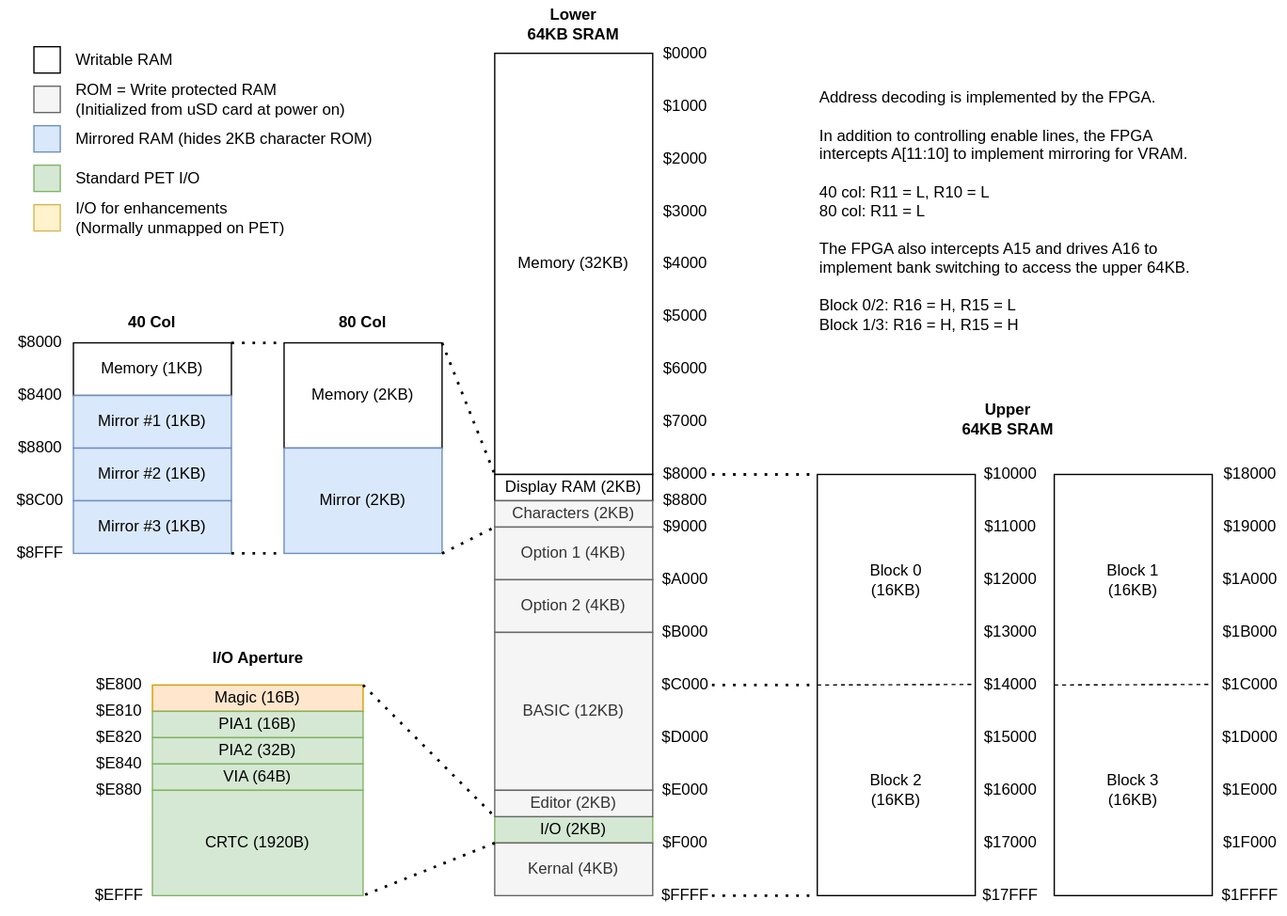
The draw.io diagram docs/img/memory-map.drawio.svg in DLehenbauer/commodore-pet-clone, before a commit. Source tidied: cells renumbered, new cells last; positions are measured from the earlier drawing's top-left corner, leaving out a move shared by most shapes.
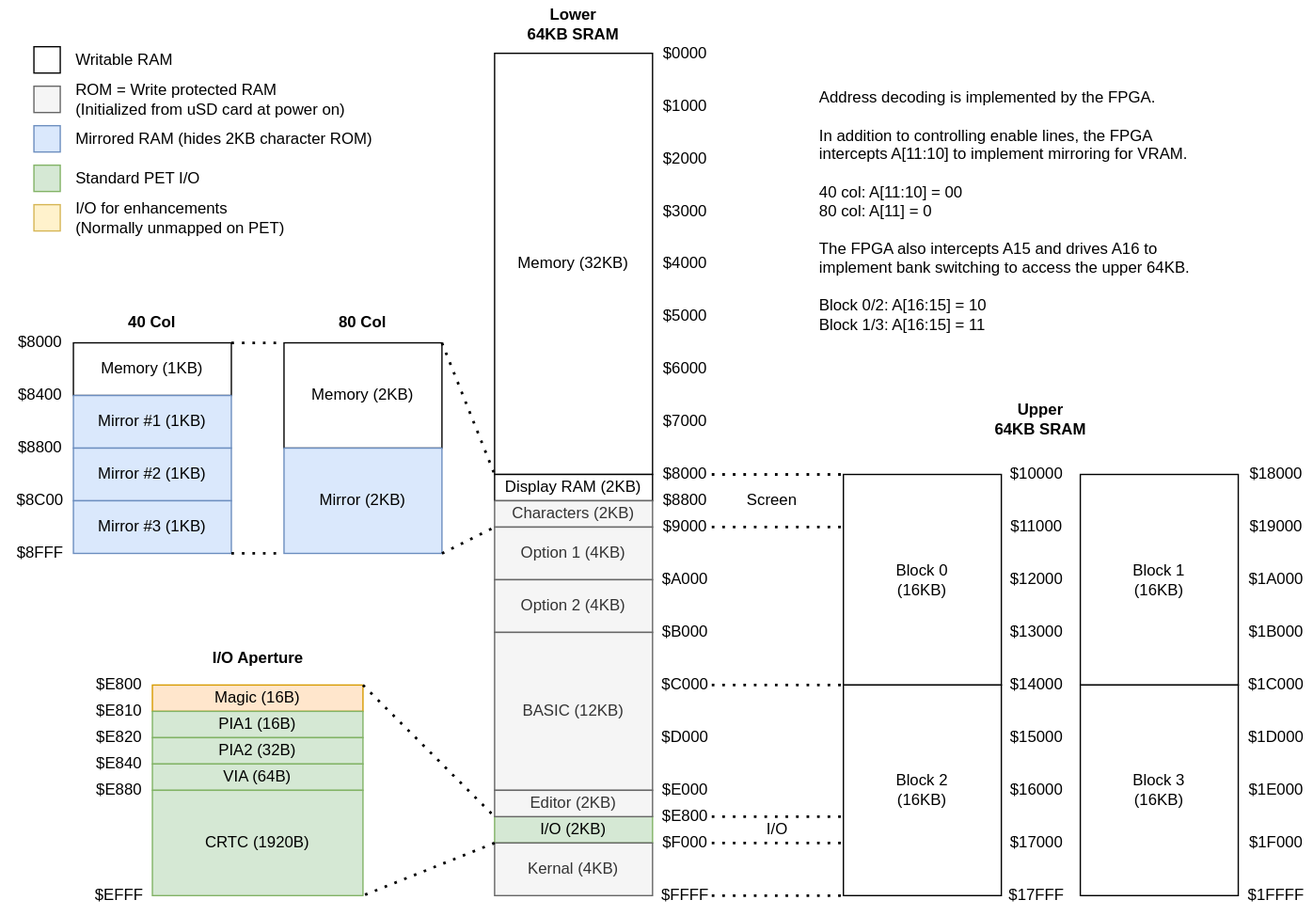
After the change.

Diff of the diagram source:
```diff
@@ -213,112 +213,122 @@
     <mxCell id="70" value="I/O Aperture" style="text;html=1;strokeColor=none;fillColor=none;align=center;verticalAlign=middle;whiteSpace=wrap;rounded=0;fontStyle=1;" parent="1" vertex="1">
       <mxGeometry x="142.5" y="485" width="105" height="30" as="geometry" />
     </mxCell>
-    <mxCell id="71" style="rounded=0;whiteSpace=wrap;html=1;" parent="1" vertex="1">
-      <mxGeometry x="620" y="360" width="120" height="320" as="geometry" />
-    </mxCell>
-    <mxCell id="72" style="rounded=0;whiteSpace=wrap;html=1;" parent="1" vertex="1">
-      <mxGeometry x="800" y="360" width="120" height="320" as="geometry" />
-    </mxCell>
     <mxCell id="73" value="$17FFF" style="text;html=1;strokeColor=none;fillColor=none;align=center;verticalAlign=middle;whiteSpace=wrap;rounded=0;" parent="1" vertex="1">
-      <mxGeometry x="740" y="665" width="54" height="30" as="geometry" />
+      <mxGeometry x="760" y="665" width="54" height="30" as="geometry" />
     </mxCell>
     <mxCell id="74" value="$10000" style="text;html=1;strokeColor=none;fillColor=none;align=center;verticalAlign=middle;whiteSpace=wrap;rounded=0;" parent="1" vertex="1">
-      <mxGeometry x="740" y="345" width="54" height="30" as="geometry" />
+      <mxGeometry x="760" y="345" width="54" height="30" as="geometry" />
     </mxCell>
     <mxCell id="75" value="$11000" style="text;html=1;strokeColor=none;fillColor=none;align=center;verticalAlign=middle;whiteSpace=wrap;rounded=0;" parent="1" vertex="1">
-      <mxGeometry x="740" y="385" width="54" height="30" as="geometry" />
+      <mxGeometry x="760" y="385" width="54" height="30" as="geometry" />
     </mxCell>
     <mxCell id="76" value="$12000" style="text;html=1;strokeColor=none;fillColor=none;align=center;verticalAlign=middle;whiteSpace=wrap;rounded=0;" parent="1" vertex="1">
-      <mxGeometry x="740" y="425" width="54" height="30" as="geometry" />
+      <mxGeometry x="760" y="425" width="54" height="30" as="geometry" />
     </mxCell>
     <mxCell id="77" value="$13000" style="text;html=1;strokeColor=none;fillColor=none;align=center;verticalAlign=middle;whiteSpace=wrap;rounded=0;" parent="1" vertex="1">
-      <mxGeometry x="740" y="465" width="54" height="30" as="geometry" />
+      <mxGeometry x="760" y="465" width="54" height="30" as="geometry" />
     </mxCell>
     <mxCell id="78" value="$14000" style="text;html=1;strokeColor=none;fillColor=none;align=center;verticalAlign=middle;whiteSpace=wrap;rounded=0;" parent="1" vertex="1">
-      <mxGeometry x="740" y="505" width="54" height="30" as="geometry" />
+      <mxGeometry x="760" y="505" width="54" height="30" as="geometry" />
     </mxCell>
     <mxCell id="79" value="$15000" style="text;html=1;strokeColor=none;fillColor=none;align=center;verticalAlign=middle;whiteSpace=wrap;rounded=0;" parent="1" vertex="1">
-      <mxGeometry x="740" y="545" width="54" height="30" as="geometry" />
+      <mxGeometry x="760" y="545" width="54" height="30" as="geometry" />
     </mxCell>
     <mxCell id="80" value="$16000" style="text;html=1;strokeColor=none;fillColor=none;align=center;verticalAlign=middle;whiteSpace=wrap;rounded=0;" parent="1" vertex="1">
-      <mxGeometry x="740" y="585" width="54" height="30" as="geometry" />
+      <mxGeometry x="760" y="585" width="54" height="30" as="geometry" />
     </mxCell>
     <mxCell id="81" value="$17000" style="text;html=1;strokeColor=none;fillColor=none;align=center;verticalAlign=middle;whiteSpace=wrap;rounded=0;" parent="1" vertex="1">
-      <mxGeometry x="740" y="625" width="54" height="30" as="geometry" />
+      <mxGeometry x="760" y="625" width="54" height="30" as="geometry" />
     </mxCell>
     <mxCell id="82" value="$18000" style="text;html=1;strokeColor=none;fillColor=none;align=center;verticalAlign=middle;whiteSpace=wrap;rounded=0;" parent="1" vertex="1">
-      <mxGeometry x="922" y="345" width="54" height="30" as="geometry" />
+      <mxGeometry x="942" y="345" width="54" height="30" as="geometry" />
     </mxCell>
     <mxCell id="83" value="$19000" style="text;html=1;strokeColor=none;fillColor=none;align=center;verticalAlign=middle;whiteSpace=wrap;rounded=0;" parent="1" vertex="1">
-      <mxGeometry x="922" y="385" width="54" height="30" as="geometry" />
+      <mxGeometry x="942" y="385" width="54" height="30" as="geometry" />
     </mxCell>
     <mxCell id="84" value="$1A000" style="text;html=1;strokeColor=none;fillColor=none;align=center;verticalAlign=middle;whiteSpace=wrap;rounded=0;" parent="1" vertex="1">
-      <mxGeometry x="922" y="425" width="54" height="30" as="geometry" />
+      <mxGeometry x="942" y="425" width="54" height="30" as="geometry" />
     </mxCell>
     <mxCell id="85" value="$1B000" style="text;html=1;strokeColor=none;fillColor=none;align=center;verticalAlign=middle;whiteSpace=wrap;rounded=0;" parent="1" vertex="1">
-      <mxGeometry x="922" y="465" width="54" height="30" as="geometry" />
+      <mxGeometry x="942" y="465" width="54" height="30" as="geometry" />
     </mxCell>
     <mxCell id="86" value="$1C000" style="text;html=1;strokeColor=none;fillColor=none;align=center;verticalAlign=middle;whiteSpace=wrap;rounded=0;" parent="1" vertex="1">
-      <mxGeometry x="922" y="505" width="54" height="30" as="geometry" />
+      <mxGeometry x="942" y="505" width="54" height="30" as="geometry" />
     </mxCell>
     <mxCell id="87" value="$1D000" style="text;html=1;strokeColor=none;fillColor=none;align=center;verticalAlign=middle;whiteSpace=wrap;rounded=0;" parent="1" vertex="1">
-      <mxGeometry x="922" y="545" width="54" height="30" as="geometry" />
+      <mxGeometry x="942" y="545" width="54" height="30" as="geometry" />
     </mxCell>
     <mxCell id="88" value="$1E000" style="text;html=1;strokeColor=none;fillColor=none;align=center;verticalAlign=middle;whiteSpace=wrap;rounded=0;" parent="1" vertex="1">
-      <mxGeometry x="922" y="585" width="54" height="30" as="geometry" />
+      <mxGeometry x="942" y="585" width="54" height="30" as="geometry" />
     </mxCell>
     <mxCell id="89" value="$1F000" style="text;html=1;strokeColor=none;fillColor=none;align=center;verticalAlign=middle;whiteSpace=wrap;rounded=0;" parent="1" vertex="1">
-      <mxGeometry x="922" y="625" width="54" height="30" as="geometry" />
+      <mxGeometry x="942" y="625" width="54" height="30" as="geometry" />
     </mxCell>
     <mxCell id="90" value="$1FFFF" style="text;html=1;strokeColor=none;fillColor=none;align=center;verticalAlign=middle;whiteSpace=wrap;rounded=0;" parent="1" vertex="1">
-      <mxGeometry x="922" y="665" width="54" height="30" as="geometry" />
+      <mxGeometry x="942" y="665" width="54" height="30" as="geometry" />
     </mxCell>
-    <mxCell id="91" style="endArrow=none;dashed=1;html=1;entryX=-0.077;entryY=-0.181;entryDx=0;entryDy=0;entryPerimeter=0;" parent="1" edge="1">
-      <mxGeometry relative="1" as="geometry">
-        <mxPoint x="620" y="520" as="sourcePoint" />
-        <mxPoint x="737.8" y="519.6" as="targetPoint" />
-      </mxGeometry>
-    </mxCell>
-    <mxCell id="92" style="endArrow=none;dashed=1;html=1;entryX=-0.077;entryY=-0.181;entryDx=0;entryDy=0;entryPerimeter=0;" parent="1" edge="1">
-      <mxGeometry relative="1" as="geometry">
-        <mxPoint x="800" y="520" as="sourcePoint" />
-        <mxPoint x="917.8" y="519.6" as="targetPoint" />
-      </mxGeometry>
-    </mxCell>
+    <mxCell id="99" value="Address decoding is implemented by the FPGA.&lt;br&gt;&lt;br&gt;In addition to controlling enable lines, the FPGA intercepts A[11:10] to implement mirroring for VRAM.&lt;br&gt;&lt;br&gt;40 col: A[11:10] = 00&lt;br&gt;80 col: A[11] = 0&lt;br&gt;&lt;br&gt;The FPGA also intercepts A15 and drives A16 to implement bank switching to access the upper 64KB.&lt;br&gt;&lt;br&gt;Block 0/2: A[16:15] = 10&lt;br&gt;Block 1/3: A[16:15] = 11" style="text;html=1;strokeColor=none;fillColor=none;align=left;verticalAlign=middle;whiteSpace=wrap;rounded=0;" parent="1" vertex="1">
+      <mxGeometry x="620" y="57.5" width="300" height="205" as="geometry" />
+    </mxCell>
+    <mxCell id="101" value="Upper&lt;br&gt;64KB SRAM" style="text;html=1;strokeColor=none;fillColor=none;align=center;verticalAlign=middle;whiteSpace=wrap;rounded=0;fontStyle=1;" parent="1" vertex="1">
+      <mxGeometry x="730" y="300" width="120" height="35" as="geometry" />
+    </mxCell>
+    <mxCell id="102" value="$E800" style="text;html=1;strokeColor=none;fillColor=none;align=center;verticalAlign=middle;whiteSpace=wrap;rounded=0;" parent="1" vertex="1">
+      <mxGeometry x="490" y="605" width="60" height="30" as="geometry" />
+    </mxCell>
-    <mxCell id="93" value="Block 0&lt;br&gt;(16KB)" style="text;html=1;strokeColor=none;fillColor=none;align=center;verticalAlign=middle;whiteSpace=wrap;rounded=0;" parent="1" vertex="1">
-      <mxGeometry x="650" y="425" width="60" height="30" as="geometry" />
+    <mxCell id="93" value="Block 0&lt;br&gt;(16KB)" style="rounded=0;whiteSpace=wrap;html=1;" parent="1" vertex="1">
+      <mxGeometry x="640" y="360" width="120" height="160" as="geometry" />
     </mxCell>
+    <mxCell id="95" value="Block 2&lt;br&gt;(16KB)" style="rounded=0;whiteSpace=wrap;html=1;" parent="1" vertex="1">
+      <mxGeometry x="640" y="520" width="120" height="160" as="geometry" />
+    </mxCell>
-    <mxCell id="94" value="Block 1&lt;br&gt;(16KB)" style="text;html=1;strokeColor=none;fillColor=none;align=center;verticalAlign=middle;whiteSpace=wrap;rounded=0;" parent="1" vertex="1">
-      <mxGeometry x="830" y="425" width="60" height="30" as="geometry" />
+    <mxCell id="94" value="Block 1&lt;br&gt;(16KB)" style="rounded=0;whiteSpace=wrap;html=1;" parent="1" vertex="1">
+      <mxGeometry x="820" y="360" width="120" height="160" as="geometry" />
     </mxCell>
-    <mxCell id="95" value="Block 2&lt;br&gt;(16KB)" style="text;html=1;strokeColor=none;fillColor=none;align=center;verticalAlign=middle;whiteSpace=wrap;rounded=0;" parent="1" vertex="1">
-      <mxGeometry x="650" y="585" width="60" height="30" as="geometry" />
-    </mxCell>
-    <mxCell id="96" value="Block 3&lt;br&gt;(16KB)" style="text;html=1;strokeColor=none;fillColor=none;align=center;verticalAlign=middle;whiteSpace=wrap;rounded=0;" parent="1" vertex="1">
-      <mxGeometry x="830" y="585" width="60" height="30" as="geometry" />
+    <mxCell id="96" value="Block 3&lt;br&gt;(16KB)" style="rounded=0;whiteSpace=wrap;html=1;" parent="1" vertex="1">
+      <mxGeometry x="820" y="520" width="120" height="160" as="geometry" />
     </mxCell>
-    <mxCell id="97" style="endArrow=none;dashed=1;html=1;dashPattern=1 3;strokeWidth=2;entryX=0;entryY=0;entryDx=0;entryDy=0;" parent="1" edge="1" target="71">
-      <mxGeometry relative="1" as="geometry">
-        <mxPoint x="540" y="360" as="sourcePoint" />
-      </mxGeometry>
-    </mxCell>
-    <mxCell id="98" style="endArrow=none;dashed=1;html=1;dashPattern=1 3;strokeWidth=2;entryX=0;entryY=0;entryDx=0;entryDy=0;" parent="1" edge="1">
-      <mxGeometry relative="1" as="geometry">
-        <mxPoint x="540" y="680" as="sourcePoint" />
-        <mxPoint x="620" y="680" as="targetPoint" />
-      </mxGeometry>
-    </mxCell>
-    <mxCell id="99" value="Address decoding is implemented by the FPGA.&lt;br&gt;&lt;br&gt;In addition to controlling enable lines, the FPGA intercepts A[11:10] to implement mirroring for VRAM.&lt;br&gt;&lt;br&gt;40 col: R11 = L, R10 = L&lt;br&gt;80 col: R11 = L&lt;br&gt;&lt;br&gt;The FPGA also intercepts A15 and drives A16 to implement bank switching to access the upper 64KB.&lt;br&gt;&lt;br&gt;Block 0/2: R16 = H, R15 = L&lt;br&gt;Block 1/3: R16 = H, R15 = H" style="text;html=1;strokeColor=none;fillColor=none;align=left;verticalAlign=middle;whiteSpace=wrap;rounded=0;" parent="1" vertex="1">
-      <mxGeometry x="620" y="57.5" width="300" height="205" as="geometry" />
-    </mxCell>
-    <mxCell id="100" style="endArrow=none;dashed=1;html=1;dashPattern=1 3;strokeWidth=2;entryX=0;entryY=0;entryDx=0;entryDy=0;" parent="1" edge="1">
-      <mxGeometry relative="1" as="geometry">
-        <mxPoint x="540" y="520" as="sourcePoint" />
-        <mxPoint x="620" y="520" as="targetPoint" />
-      </mxGeometry>
-    </mxCell>
-    <mxCell id="101" value="Upper&lt;br&gt;64KB SRAM" style="text;html=1;strokeColor=none;fillColor=none;align=center;verticalAlign=middle;whiteSpace=wrap;rounded=0;fontStyle=1;" parent="1" vertex="1">
-      <mxGeometry x="705" y="300" width="120" height="35" as="geometry" />
-    </mxCell>
+    <mxCell id="103" value="Screen" style="text;html=1;strokeColor=none;fillColor=none;align=center;verticalAlign=middle;whiteSpace=wrap;rounded=0;" parent="1" vertex="1">
+      <mxGeometry x="546" y="365" width="80" height="30" as="geometry" />
+    </mxCell>
+    <mxCell id="104" style="endArrow=none;dashed=1;html=1;dashPattern=1 3;strokeWidth=2;" parent="1" edge="1">
+      <mxGeometry relative="1" as="geometry">
+        <mxPoint x="540" y="680" as="sourcePoint" />
+        <mxPoint x="640" y="680" as="targetPoint" />
+      </mxGeometry>
+    </mxCell>
+    <mxCell id="105" style="endArrow=none;dashed=1;html=1;dashPattern=1 3;strokeWidth=2;" parent="1" edge="1">
+      <mxGeometry relative="1" as="geometry">
+        <mxPoint x="540" y="520" as="sourcePoint" />
+        <mxPoint x="640" y="520" as="targetPoint" />
+      </mxGeometry>
+    </mxCell>
+    <mxCell id="106" style="endArrow=none;dashed=1;html=1;dashPattern=1 3;strokeWidth=2;" parent="1" edge="1">
+      <mxGeometry relative="1" as="geometry">
+        <mxPoint x="540" y="620" as="sourcePoint" />
+        <mxPoint x="640" y="620" as="targetPoint" />
+      </mxGeometry>
+    </mxCell>
+    <mxCell id="107" style="endArrow=none;dashed=1;html=1;dashPattern=1 3;strokeWidth=2;" parent="1" edge="1">
+      <mxGeometry relative="1" as="geometry">
+        <mxPoint x="540" y="640" as="sourcePoint" />
+        <mxPoint x="640" y="640" as="targetPoint" />
+      </mxGeometry>
+    </mxCell>
+    <mxCell id="108" style="endArrow=none;dashed=1;html=1;dashPattern=1 3;strokeWidth=2;" parent="1" edge="1">
+      <mxGeometry relative="1" as="geometry">
+        <mxPoint x="540" y="360" as="sourcePoint" />
+        <mxPoint x="640" y="360" as="targetPoint" />
+      </mxGeometry>
+    </mxCell>
+    <mxCell id="109" style="endArrow=none;dashed=1;html=1;dashPattern=1 3;strokeWidth=2;" parent="1" edge="1">
+      <mxGeometry relative="1" as="geometry">
+        <mxPoint x="540" y="400" as="sourcePoint" />
+        <mxPoint x="640" y="400" as="targetPoint" />
+      </mxGeometry>
+    </mxCell>
+    <mxCell id="110" value="I/O" style="text;html=1;strokeColor=none;fillColor=none;align=center;verticalAlign=middle;whiteSpace=wrap;rounded=0;" parent="1" vertex="1">
+      <mxGeometry x="550" y="615" width="80" height="30" as="geometry" />
+    </mxCell>
   </root>
 </mxGraphModel>
```
